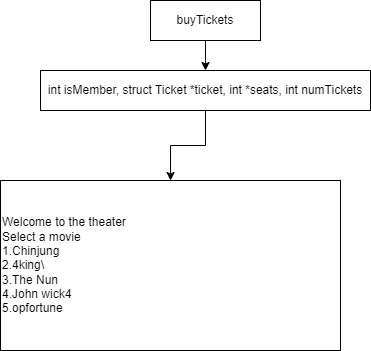
Above: buyTickets.drawio.png in Nuttph/Project_C_Flowchart (draw.io), before the change. Source tidied: cells renumbered, new cells last; positions are measured from the earlier drawing's top-left corner, leaving out a move shared by most shapes.
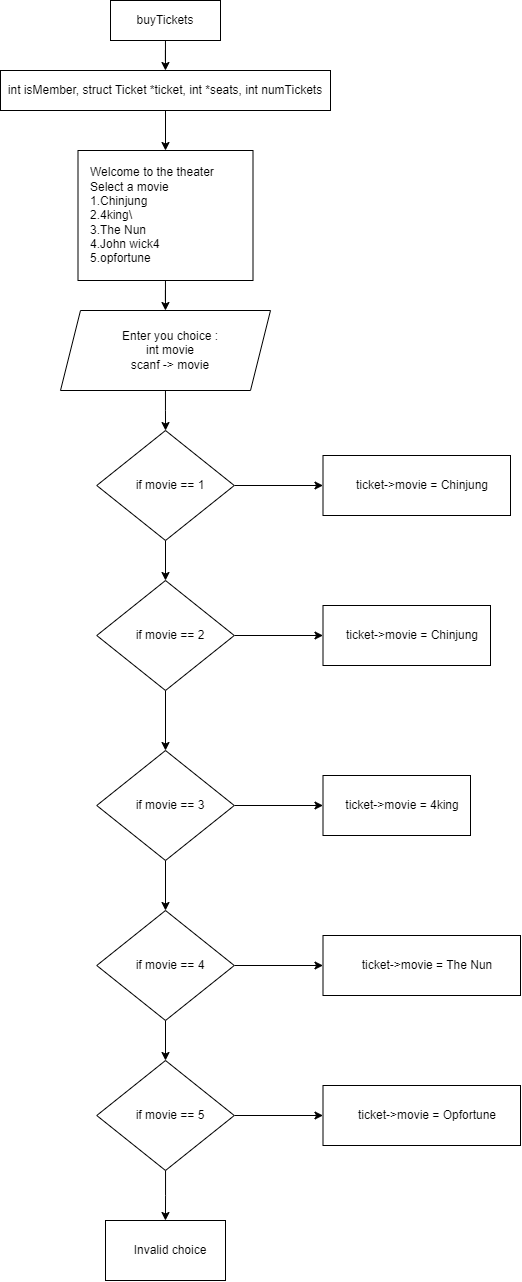
The same file after the commit.

The edit, as a diff of the source:
```diff
@@ -14,8 +14,80 @@
     <mxCell id="5" value="int isMember, struct Ticket *ticket, int *seats, int numTickets" style="rounded=0;whiteSpace=wrap;html=1;" parent="1" vertex="1">
       <mxGeometry x="40" y="70" width="330" height="40" as="geometry" />
     </mxCell>
+    <mxCell id="7" style="edgeStyle=orthogonalEdgeStyle;rounded=0;jettySize=auto;html=1;" parent="1" edge="1" source="6" target="9">
+      <mxGeometry relative="1" as="geometry" />
+    </mxCell>
-    <mxCell id="6" value="Welcome to the theater&lt;div&gt;&lt;div&gt;Select a movie&lt;/div&gt;&lt;div&gt;1.Chinjung&lt;/div&gt;&lt;div&gt;2.4king\&lt;/div&gt;&lt;div&gt;3.The Nun&lt;/div&gt;&lt;div&gt;4.John wick4&lt;/div&gt;&lt;div&gt;5.opfortune&lt;/div&gt;&lt;/div&gt;" style="whiteSpace=wrap;html=1;rounded=0;align=left;" parent="1" vertex="1">
-      <mxGeometry y="180" width="340" height="170" as="geometry" />
+    <mxCell id="6" value="Welcome to the theater&lt;div&gt;&lt;div&gt;Select a movie&lt;/div&gt;&lt;div&gt;1.Chinjung&lt;/div&gt;&lt;div&gt;2.4king\&lt;/div&gt;&lt;div&gt;3.The Nun&lt;/div&gt;&lt;div&gt;4.John wick4&lt;/div&gt;&lt;div&gt;5.opfortune&lt;/div&gt;&lt;/div&gt;" style="whiteSpace=wrap;html=1;rounded=0;align=left;spacingLeft=10;" parent="1" vertex="1">
+      <mxGeometry x="117.5" y="150" width="175" height="130" as="geometry" />
     </mxCell>
+    <mxCell id="8" style="edgeStyle=orthogonalEdgeStyle;rounded=0;jettySize=auto;html=1;" parent="1" edge="1" source="9" target="12">
+      <mxGeometry relative="1" as="geometry" />
+    </mxCell>
+    <mxCell id="9" value="Enter you choice :&lt;div&gt;int movie&lt;br&gt;&lt;div&gt;scanf -&amp;gt; movie&lt;/div&gt;&lt;/div&gt;" style="shape=parallelogram;perimeter=parallelogramPerimeter;whiteSpace=wrap;html=1;fixedSize=1;align=center;rounded=0;spacingLeft=10;" parent="1" vertex="1">
+      <mxGeometry x="100" y="310" width="210" height="80" as="geometry" />
+    </mxCell>
+    <mxCell id="10" style="edgeStyle=orthogonalEdgeStyle;rounded=0;jettySize=auto;html=1;" parent="1" edge="1" source="12" target="15">
+      <mxGeometry relative="1" as="geometry" />
+    </mxCell>
+    <mxCell id="11" style="edgeStyle=orthogonalEdgeStyle;rounded=0;jettySize=auto;html=1;" parent="1" edge="1" source="12" target="26">
+      <mxGeometry relative="1" as="geometry" />
+    </mxCell>
+    <mxCell id="12" value="if movie == 1" style="rhombus;whiteSpace=wrap;html=1;rounded=0;spacingLeft=10;" parent="1" vertex="1">
+      <mxGeometry x="136.2" y="430" width="137.5" height="110" as="geometry" />
+    </mxCell>
+    <mxCell id="13" style="edgeStyle=orthogonalEdgeStyle;rounded=0;jettySize=auto;html=1;" parent="1" edge="1" source="15" target="18">
+      <mxGeometry relative="1" as="geometry" />
+    </mxCell>
+    <mxCell id="14" style="edgeStyle=orthogonalEdgeStyle;rounded=0;jettySize=auto;html=1;" parent="1" edge="1" source="15" target="27">
+      <mxGeometry relative="1" as="geometry" />
+    </mxCell>
+    <mxCell id="15" value="if movie == 2" style="rhombus;whiteSpace=wrap;html=1;rounded=0;spacingLeft=10;" parent="1" vertex="1">
+      <mxGeometry x="136.2" y="580" width="137.5" height="110" as="geometry" />
+    </mxCell>
+    <mxCell id="16" style="edgeStyle=orthogonalEdgeStyle;rounded=0;jettySize=auto;html=1;" parent="1" edge="1" source="18" target="21">
+      <mxGeometry relative="1" as="geometry" />
+    </mxCell>
+    <mxCell id="17" style="edgeStyle=orthogonalEdgeStyle;rounded=0;jettySize=auto;html=1;" parent="1" edge="1" source="18" target="28">
+      <mxGeometry relative="1" as="geometry" />
+    </mxCell>
+    <mxCell id="18" value="if movie == 3" style="rhombus;whiteSpace=wrap;html=1;rounded=0;spacingLeft=10;" parent="1" vertex="1">
+      <mxGeometry x="136.2" y="750" width="137.5" height="110" as="geometry" />
+    </mxCell>
+    <mxCell id="19" style="edgeStyle=orthogonalEdgeStyle;rounded=0;jettySize=auto;html=1;" parent="1" edge="1" source="21" target="24">
+      <mxGeometry relative="1" as="geometry" />
+    </mxCell>
+    <mxCell id="20" style="edgeStyle=orthogonalEdgeStyle;rounded=0;jettySize=auto;html=1;" parent="1" edge="1" source="21" target="29">
+      <mxGeometry relative="1" as="geometry" />
+    </mxCell>
+    <mxCell id="21" value="if movie == 4" style="rhombus;whiteSpace=wrap;html=1;rounded=0;spacingLeft=10;" parent="1" vertex="1">
+      <mxGeometry x="136.2" y="910" width="137.5" height="110" as="geometry" />
+    </mxCell>
+    <mxCell id="22" style="edgeStyle=orthogonalEdgeStyle;rounded=0;jettySize=auto;html=1;" parent="1" edge="1" source="24" target="25">
+      <mxGeometry relative="1" as="geometry" />
+    </mxCell>
+    <mxCell id="23" style="edgeStyle=orthogonalEdgeStyle;rounded=0;jettySize=auto;html=1;" parent="1" edge="1" source="24" target="30">
+      <mxGeometry relative="1" as="geometry" />
+    </mxCell>
+    <mxCell id="24" value="if movie == 5" style="rhombus;whiteSpace=wrap;html=1;rounded=0;spacingLeft=10;" parent="1" vertex="1">
+      <mxGeometry x="136.2" y="1060" width="137.5" height="110" as="geometry" />
+    </mxCell>
+    <mxCell id="25" value="Invalid choice" style="whiteSpace=wrap;html=1;rounded=0;spacingLeft=10;" parent="1" vertex="1">
+      <mxGeometry x="145" y="1220" width="120" height="60" as="geometry" />
+    </mxCell>
+    <mxCell id="26" value="ticket-&amp;gt;movie =&amp;nbsp;Chinjung" style="whiteSpace=wrap;html=1;rounded=0;spacingLeft=10;" parent="1" vertex="1">
+      <mxGeometry x="362.5" y="455" width="187.5" height="60" as="geometry" />
+    </mxCell>
+    <mxCell id="27" value="ticket-&amp;gt;movie =&amp;nbsp;Chinjung" style="whiteSpace=wrap;html=1;rounded=0;spacingLeft=10;" parent="1" vertex="1">
+      <mxGeometry x="362.5" y="605" width="167.5" height="60" as="geometry" />
+    </mxCell>
+    <mxCell id="28" value="ticket-&amp;gt;movie =&amp;nbsp;4king" style="whiteSpace=wrap;html=1;rounded=0;spacingLeft=10;" parent="1" vertex="1">
+      <mxGeometry x="362.5" y="775" width="147.5" height="60" as="geometry" />
+    </mxCell>
+    <mxCell id="29" value="ticket-&amp;gt;movie =&amp;nbsp;The Nun" style="whiteSpace=wrap;html=1;rounded=0;spacingLeft=10;" parent="1" vertex="1">
+      <mxGeometry x="362.5" y="935" width="197.5" height="60" as="geometry" />
+    </mxCell>
+    <mxCell id="30" value="ticket-&amp;gt;movie = Opfortune" style="whiteSpace=wrap;html=1;rounded=0;spacingLeft=10;" parent="1" vertex="1">
+      <mxGeometry x="362.5" y="1085" width="197.5" height="60" as="geometry" />
+    </mxCell>
   </root>
 </mxGraphModel>
```
